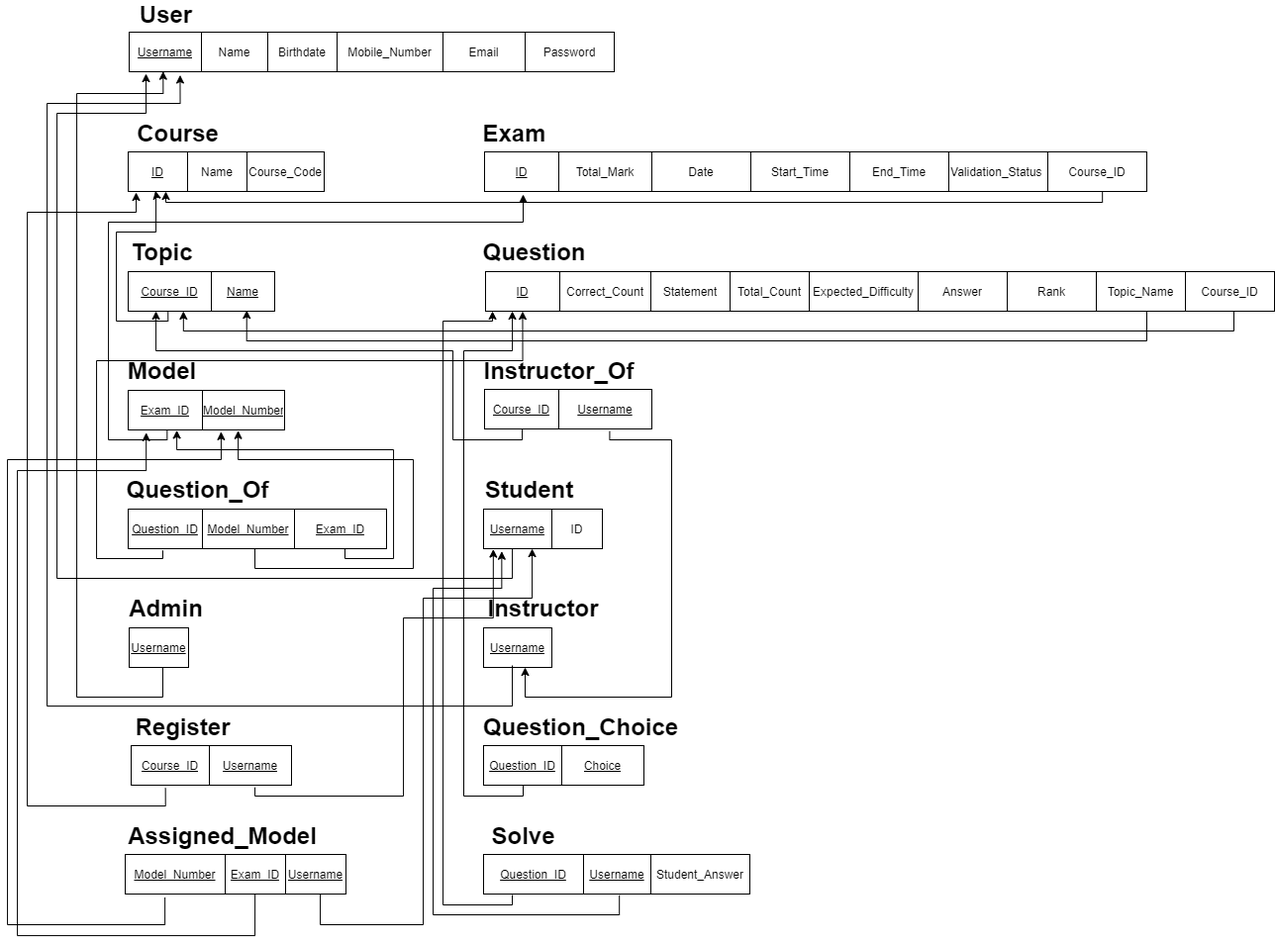
The draw.io diagram Database Design/schema.png in aymanred121/Examination-Management-System, before a commit. Source tidied: cells renumbered, new cells last; positions are measured from the earlier drawing's top-left corner, leaving out a move shared by most shapes.
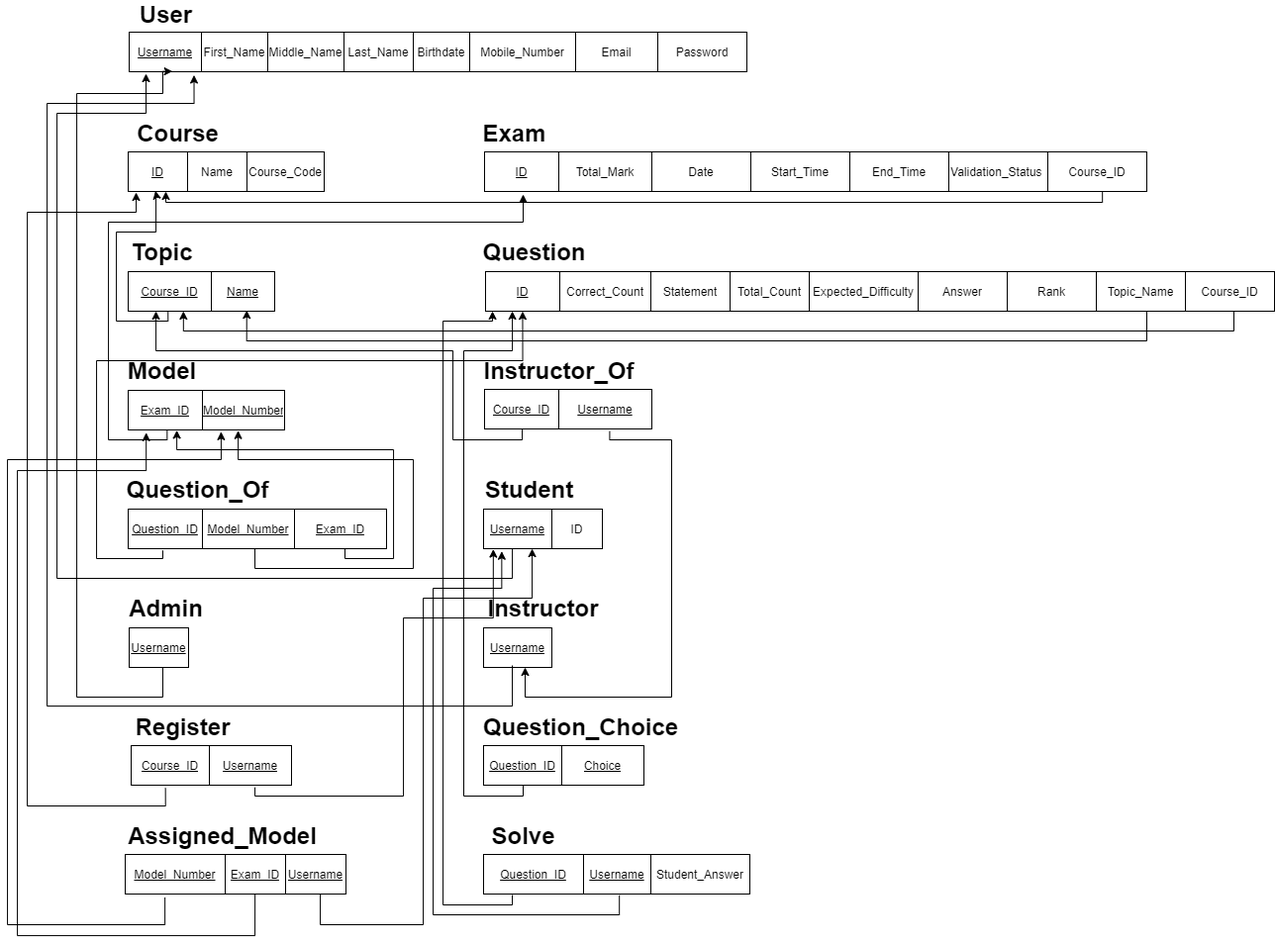
After the commit.

The edit, as a diff of the source:
```diff
@@ -3,28 +3,34 @@
     <mxCell id="0" />
     <mxCell id="1" parent="0" />
     <mxCell id="2" style="shape=table;html=1;whiteSpace=wrap;startSize=0;" parent="1" vertex="1">
-      <mxGeometry x="123" y="28" width="490" height="40" as="geometry" />
+      <mxGeometry x="123" y="28" width="624" height="40" as="geometry" />
     </mxCell>
     <mxCell id="3" style="shape=partialRectangle;html=1;whiteSpace=wrap;fillColor=none;top=0;left=0;bottom=0;right=0;points=[[0,0.5],[1,0.5]];portConstraint=eastwest;" parent="2" vertex="1">
-      <mxGeometry width="490" height="40" as="geometry" />
+      <mxGeometry width="624" height="40" as="geometry" />
     </mxCell>
     <mxCell id="4" value="&lt;u&gt;Username&lt;/u&gt;" style="shape=partialRectangle;html=1;whiteSpace=wrap;overflow=hidden;fillColor=none;top=0;left=0;bottom=0;right=0;" parent="3" vertex="1">
       <mxGeometry width="73" height="40" as="geometry" />
     </mxCell>
-    <mxCell id="5" value="Name" style="shape=partialRectangle;html=1;whiteSpace=wrap;overflow=hidden;fillColor=none;top=0;left=0;bottom=0;right=0;" parent="3" vertex="1">
+    <mxCell id="5" value="First_Name" style="shape=partialRectangle;html=1;whiteSpace=wrap;overflow=hidden;fillColor=none;top=0;left=0;bottom=0;right=0;" parent="3" vertex="1">
       <mxGeometry x="73" width="67" height="40" as="geometry" />
     </mxCell>
+    <mxCell id="116" value="Middle_Name" style="shape=partialRectangle;html=1;whiteSpace=wrap;overflow=hidden;fillColor=none;top=0;left=0;bottom=0;right=0;" parent="3" vertex="1">
+      <mxGeometry x="140" width="77" height="40" as="geometry" />
+    </mxCell>
+    <mxCell id="117" value="Last_Name" style="shape=partialRectangle;html=1;whiteSpace=wrap;overflow=hidden;fillColor=none;top=0;left=0;bottom=0;right=0;" parent="3" vertex="1">
+      <mxGeometry x="217" width="70" height="40" as="geometry" />
+    </mxCell>
     <mxCell id="6" value="Birthdate" style="shape=partialRectangle;html=1;whiteSpace=wrap;overflow=hidden;fillColor=none;top=0;left=0;bottom=0;right=0;" parent="3" vertex="1">
-      <mxGeometry x="140" width="70" height="40" as="geometry" />
+      <mxGeometry x="287" width="57" height="40" as="geometry" />
     </mxCell>
     <mxCell id="7" value="Mobile_Number" style="shape=partialRectangle;html=1;whiteSpace=wrap;overflow=hidden;fillColor=none;top=0;left=0;bottom=0;right=0;" parent="3" vertex="1">
-      <mxGeometry x="210" width="107" height="40" as="geometry" />
+      <mxGeometry x="344" width="107" height="40" as="geometry" />
     </mxCell>
     <mxCell id="8" value="Email" style="shape=partialRectangle;html=1;whiteSpace=wrap;overflow=hidden;fillColor=none;top=0;left=0;bottom=0;right=0;" parent="3" vertex="1">
-      <mxGeometry x="317" width="83" height="40" as="geometry" />
+      <mxGeometry x="451" width="83" height="40" as="geometry" />
     </mxCell>
     <mxCell id="9" value="Password" style="shape=partialRectangle;html=1;whiteSpace=wrap;overflow=hidden;fillColor=none;top=0;left=0;bottom=0;right=0;" parent="3" vertex="1">
-      <mxGeometry x="400" width="90" height="40" as="geometry" />
+      <mxGeometry x="534" width="90" height="40" as="geometry" />
     </mxCell>
     <mxCell id="10" value="&lt;font style=&quot;font-size: 24px&quot;&gt;&lt;b&gt;User&lt;/b&gt;&lt;/font&gt;" style="text;html=1;align=center;verticalAlign=middle;" parent="1" vertex="1">
       <mxGeometry x="125" width="70" height="20" as="geometry" />
@@ -370,7 +376,7 @@
           <mxPoint x="510" y="709" />
           <mxPoint x="40" y="709" />
           <mxPoint x="40" y="100" />
-          <mxPoint x="175" y="100" />
+          <mxPoint x="189" y="100" />
         </Array>
       </mxGeometry>
     </mxCell>
```
